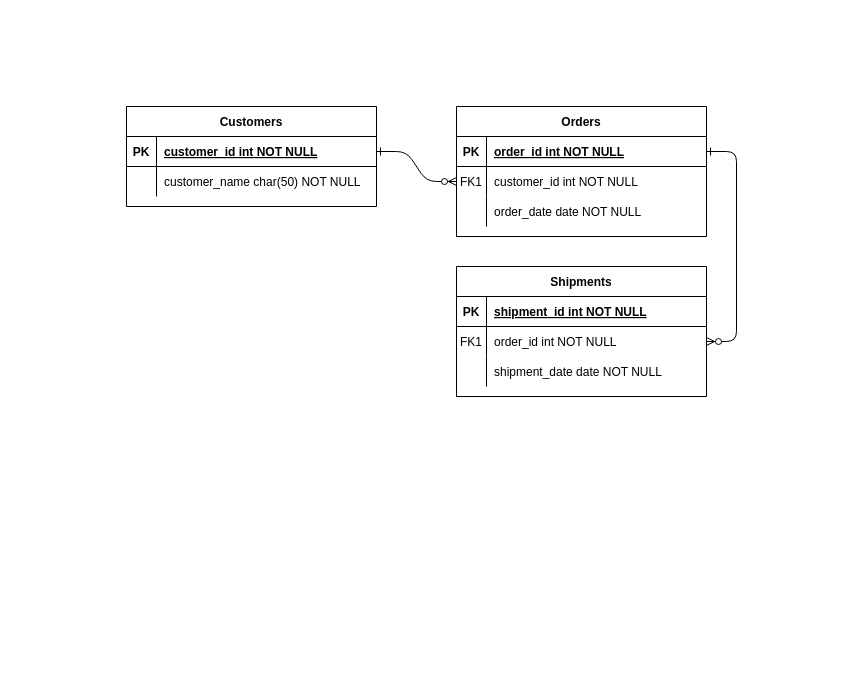
Earlier version of the draw.io diagram Untitled Diagram.drawio (nezucode/Worskpace). Source tidied: cells renumbered, new cells numbered last; positions are measured from the earlier drawing's top-left corner, leaving out a move shared by most shapes. Both pictures are drawn from the tidied source at 100%, with x=0, y=0 at pixel (126, 106).
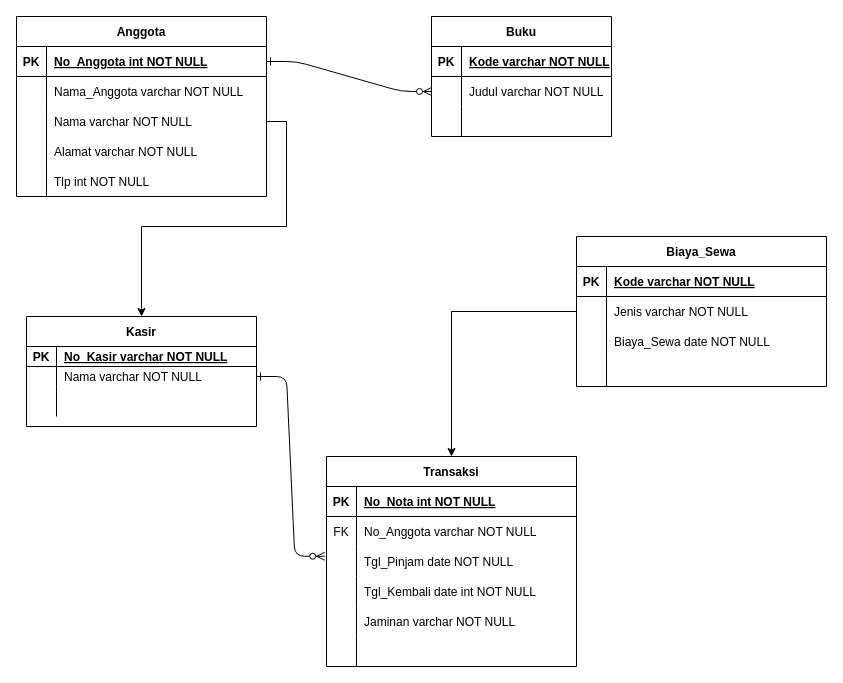
After the change.

Unchanged cells that the change refers to:
```xml
<mxCell id="25" style="shape=partialRectangle;fillColor=none;points=[[0,0.5],[1,0.5]];portConstraint=eastwest;top=0;left=0;right=0;bottom=1;" parent="24" vertex="1">
  <mxGeometry y="30" width="250" height="30" as="geometry" />
</mxCell>
<mxCell id="28" style="shape=partialRectangle;fillColor=none;top=0;left=0;right=0;bottom=0;" parent="24" vertex="1">
  <mxGeometry y="60" width="250" height="30" as="geometry" />
</mxCell>
```

What changed in the source:
```diff
@@
-    <mxCell id="3" style="edgeStyle=entityRelationEdgeStyle;endArrow=ERzeroToMany;startArrow=ERone;endFill=1;startFill=0;" parent="1" edge="1" source="5" target="18">
-      <mxGeometry relative="1" as="geometry" />
-    </mxCell>
-    <mxCell id="4" value="Orders" style="shape=table;startSize=30;childLayout=tableLayout;rowLines=0;fontStyle=1;align=center;" parent="1" vertex="1">
-      <mxGeometry x="330" width="250" height="130" as="geometry" />
+    <mxCell id="4" value="Buku" style="shape=table;startSize=30;childLayout=tableLayout;rowLines=0;fontStyle=1;align=center;" parent="1" vertex="1">
+      <mxGeometry x="305" y="-90" width="180" height="120" as="geometry" />
     </mxCell>
     <mxCell id="5" style="shape=partialRectangle;fillColor=none;points=[[0,0.5],[1,0.5]];portConstraint=eastwest;top=0;left=0;right=0;bottom=1;" parent="4" vertex="1">
-      <mxGeometry y="30" width="250" height="30" as="geometry" />
+      <mxGeometry y="30" width="180" height="30" as="geometry" />
     </mxCell>
@@
-    <mxCell id="7" value="order_id int NOT NULL " style="shape=partialRectangle;overflow=hidden;fillColor=none;top=0;left=0;bottom=0;right=0;align=left;spacingLeft=6;fontStyle=5;" parent="5" vertex="1">
-      <mxGeometry x="30" width="220" height="30" as="geometry" />
+    <mxCell id="7" value="Kode varchar NOT NULL" style="shape=partialRectangle;overflow=hidden;fillColor=none;top=0;left=0;bottom=0;right=0;align=left;spacingLeft=6;fontStyle=5;" parent="5" vertex="1">
+      <mxGeometry x="30" width="150" height="30" as="geometry" />
     </mxCell>
     <mxCell id="8" style="shape=partialRectangle;fillColor=none;points=[[0,0.5],[1,0.5]];portConstraint=eastwest;top=0;left=0;right=0;bottom=0;" parent="4" vertex="1">
-      <mxGeometry y="60" width="250" height="30" as="geometry" />
+      <mxGeometry y="60" width="180" height="30" as="geometry" />
     </mxCell>
-    <mxCell id="9" value="FK1" style="shape=partialRectangle;overflow=hidden;fillColor=none;top=0;left=0;bottom=0;right=0;" parent="8" vertex="1">
+    <mxCell id="9" style="shape=partialRectangle;overflow=hidden;fillColor=none;top=0;left=0;bottom=0;right=0;" parent="8" vertex="1">
       <mxGeometry width="30" height="30" as="geometry" />
     </mxCell>
-    <mxCell id="10" value="customer_id int NOT NULL" style="shape=partialRectangle;overflow=hidden;fillColor=none;top=0;left=0;bottom=0;right=0;align=left;spacingLeft=6;" parent="8" vertex="1">
-      <mxGeometry x="30" width="220" height="30" as="geometry" />
+    <mxCell id="10" value="Judul varchar NOT NULL" style="shape=partialRectangle;overflow=hidden;fillColor=none;top=0;left=0;bottom=0;right=0;align=left;spacingLeft=6;" parent="8" vertex="1">
+      <mxGeometry x="30" width="150" height="30" as="geometry" />
     </mxCell>
     <mxCell id="11" style="shape=partialRectangle;fillColor=none;top=0;left=0;right=0;bottom=0;" parent="4" vertex="1">
-      <mxGeometry y="90" width="250" height="30" as="geometry" />
+      <mxGeometry y="90" width="180" height="30" as="geometry" />
     </mxCell>
@@
-    <mxCell id="13" value="order_date date NOT NULL" style="shape=partialRectangle;overflow=hidden;fillColor=none;top=0;left=0;bottom=0;right=0;align=left;spacingLeft=6;" parent="11" vertex="1">
-      <mxGeometry x="30" width="220" height="30" as="geometry" />
+    <mxCell id="13" style="shape=partialRectangle;overflow=hidden;fillColor=none;top=0;left=0;bottom=0;right=0;align=left;spacingLeft=6;" parent="11" vertex="1">
+      <mxGeometry x="30" width="150" height="30" as="geometry" />
     </mxCell>
-    <mxCell id="14" value="Shipments" style="shape=table;startSize=30;childLayout=tableLayout;rowLines=0;fontStyle=1;align=center;" parent="1" vertex="1">
-      <mxGeometry x="330" y="160" width="250" height="130" as="geometry" />
+    <mxCell id="14" value="Kasir" style="shape=table;startSize=30;childLayout=tableLayout;rowLines=0;fontStyle=1;align=center;" parent="1" vertex="1">
+      <mxGeometry x="-100" y="210" width="230" height="110" as="geometry" />
     </mxCell>
     <mxCell id="15" style="shape=partialRectangle;fillColor=none;top=0;left=0;right=0;bottom=1;" parent="14" vertex="1">
-      <mxGeometry y="30" width="250" height="30" as="geometry" />
+      <mxGeometry y="30" width="230" height="20" as="geometry" />
     </mxCell>
     <mxCell id="16" value="PK" style="shape=partialRectangle;overflow=hidden;fillColor=none;top=0;left=0;bottom=0;right=0;fontStyle=1;" parent="15" vertex="1">
-      <mxGeometry width="30" height="30" as="geometry" />
+      <mxGeometry width="30" height="20" as="geometry" />
     </mxCell>
-    <mxCell id="17" value="shipment_id int NOT NULL " style="shape=partialRectangle;overflow=hidden;fillColor=none;top=0;left=0;bottom=0;right=0;align=left;spacingLeft=6;fontStyle=5;" parent="15" vertex="1">
-      <mxGeometry x="30" width="220" height="30" as="geometry" />
+    <mxCell id="17" value="No_Kasir varchar NOT NULL" style="shape=partialRectangle;overflow=hidden;fillColor=none;top=0;left=0;bottom=0;right=0;align=left;spacingLeft=6;fontStyle=5;" parent="15" vertex="1">
+      <mxGeometry x="30" width="200" height="20" as="geometry" />
     </mxCell>
     <mxCell id="18" style="shape=partialRectangle;fillColor=none;points=[[0,0.5],[1,0.5]];portConstraint=eastwest;top=0;left=0;right=0;bottom=0;" parent="14" vertex="1">
-      <mxGeometry y="60" width="250" height="30" as="geometry" />
+      <mxGeometry y="50" width="230" height="20" as="geometry" />
     </mxCell>
-    <mxCell id="19" value="FK1" style="shape=partialRectangle;overflow=hidden;fillColor=none;top=0;left=0;bottom=0;right=0;" parent="18" vertex="1">
-      <mxGeometry width="30" height="30" as="geometry" />
+    <mxCell id="19" style="shape=partialRectangle;overflow=hidden;fillColor=none;top=0;left=0;bottom=0;right=0;" parent="18" vertex="1">
+      <mxGeometry width="30" height="20" as="geometry" />
     </mxCell>
-    <mxCell id="20" value="order_id int NOT NULL" style="shape=partialRectangle;overflow=hidden;fillColor=none;top=0;left=0;bottom=0;right=0;align=left;spacingLeft=6;" parent="18" vertex="1">
-      <mxGeometry x="30" width="220" height="30" as="geometry" />
+    <mxCell id="20" value="Nama varchar NOT NULL" style="shape=partialRectangle;overflow=hidden;fillColor=none;top=0;left=0;bottom=0;right=0;align=left;spacingLeft=6;" parent="18" vertex="1">
+      <mxGeometry x="30" width="200" height="20" as="geometry" />
     </mxCell>
     <mxCell id="21" style="shape=partialRectangle;fillColor=none;top=0;left=0;right=0;bottom=0;" parent="14" vertex="1">
-      <mxGeometry y="90" width="250" height="30" as="geometry" />
+      <mxGeometry y="70" width="230" height="30" as="geometry" />
     </mxCell>
@@
-    <mxCell id="23" value="shipment_date date NOT NULL" style="shape=partialRectangle;overflow=hidden;fillColor=none;top=0;left=0;bottom=0;right=0;align=left;spacingLeft=6;" parent="21" vertex="1">
-      <mxGeometry x="30" width="220" height="30" as="geometry" />
+    <mxCell id="23" style="shape=partialRectangle;overflow=hidden;fillColor=none;top=0;left=0;bottom=0;right=0;align=left;spacingLeft=6;" parent="21" vertex="1">
+      <mxGeometry x="30" width="200" height="30" as="geometry" />
     </mxCell>
-    <mxCell id="24" value="Customers" style="shape=table;startSize=30;childLayout=tableLayout;rowLines=0;fontStyle=1;align=center;" parent="1" vertex="1">
-      <mxGeometry width="250" height="100" as="geometry" />
+    <mxCell id="24" value="Anggota" style="shape=table;startSize=30;childLayout=tableLayout;rowLines=0;fontStyle=1;align=center;" parent="1" vertex="1">
+      <mxGeometry x="-110" y="-90" width="250" height="180" as="geometry" />
     </mxCell>
@@
-    <mxCell id="27" value="customer_id int NOT NULL " style="shape=partialRectangle;overflow=hidden;fillColor=none;top=0;left=0;bottom=0;right=0;align=left;spacingLeft=6;fontStyle=5;" parent="25" vertex="1">
+    <mxCell id="27" value="No_Anggota int NOT NULL" style="shape=partialRectangle;overflow=hidden;fillColor=none;top=0;left=0;bottom=0;right=0;align=left;spacingLeft=6;fontStyle=5;" parent="25" vertex="1">
       <mxGeometry x="30" width="220" height="30" as="geometry" />
     </mxCell>
@@
-    <mxCell id="30" value="customer_name char(50) NOT NULL" style="shape=partialRectangle;overflow=hidden;fillColor=none;top=0;left=0;bottom=0;right=0;align=left;spacingLeft=6;" parent="28" vertex="1">
+    <mxCell id="30" value="Nama_Anggota varchar NOT NULL" style="shape=partialRectangle;overflow=hidden;fillColor=none;top=0;left=0;bottom=0;right=0;align=left;spacingLeft=6;" parent="28" vertex="1">
       <mxGeometry x="30" width="220" height="30" as="geometry" />
     </mxCell>
+    <mxCell id="31" style="shape=partialRectangle;fillColor=none;points=[[0,0.5],[1,0.5]];portConstraint=eastwest;top=0;left=0;right=0;bottom=0;" parent="24" vertex="1">
+      <mxGeometry y="90" width="250" height="30" as="geometry" />
+    </mxCell>
+    <mxCell id="32" style="shape=partialRectangle;overflow=hidden;fillColor=none;top=0;left=0;bottom=0;right=0;" parent="31" vertex="1">
+      <mxGeometry width="30" height="30" as="geometry" />
+    </mxCell>
+    <mxCell id="33" value="Nama varchar NOT NULL" style="shape=partialRectangle;overflow=hidden;fillColor=none;top=0;left=0;bottom=0;right=0;align=left;spacingLeft=6;" parent="31" vertex="1">
+      <mxGeometry x="30" width="220" height="30" as="geometry" />
+    </mxCell>
+    <mxCell id="34" style="shape=partialRectangle;fillColor=none;top=0;left=0;right=0;bottom=0;" parent="24" vertex="1">
+      <mxGeometry y="120" width="250" height="30" as="geometry" />
+    </mxCell>
+    <mxCell id="35" style="shape=partialRectangle;overflow=hidden;fillColor=none;top=0;left=0;bottom=0;right=0;" parent="34" vertex="1">
+      <mxGeometry width="30" height="30" as="geometry" />
+    </mxCell>
+    <mxCell id="36" value="Alamat varchar NOT NULL" style="shape=partialRectangle;overflow=hidden;fillColor=none;top=0;left=0;bottom=0;right=0;align=left;spacingLeft=6;" parent="34" vertex="1">
+      <mxGeometry x="30" width="220" height="30" as="geometry" />
+    </mxCell>
+    <mxCell id="37" style="shape=partialRectangle;fillColor=none;top=0;left=0;right=0;bottom=0;" parent="24" vertex="1">
+      <mxGeometry y="150" width="250" height="30" as="geometry" />
+    </mxCell>
+    <mxCell id="38" style="shape=partialRectangle;overflow=hidden;fillColor=none;top=0;left=0;bottom=0;right=0;" parent="37" vertex="1">
+      <mxGeometry width="30" height="30" as="geometry" />
+    </mxCell>
+    <mxCell id="39" value="Tlp int NOT NULL" style="shape=partialRectangle;overflow=hidden;fillColor=none;top=0;left=0;bottom=0;right=0;align=left;spacingLeft=6;" parent="37" vertex="1">
+      <mxGeometry x="30" width="220" height="30" as="geometry" />
+    </mxCell>
+    <mxCell id="40" value="Biaya_Sewa" style="shape=table;startSize=30;childLayout=tableLayout;rowLines=0;fontStyle=1;align=center;" parent="1" vertex="1">
+      <mxGeometry x="450" y="130" width="250" height="150" as="geometry" />
+    </mxCell>
+    <mxCell id="41" style="shape=partialRectangle;fillColor=none;top=0;left=0;right=0;bottom=1;" parent="40" vertex="1">
+      <mxGeometry y="30" width="250" height="30" as="geometry" />
+    </mxCell>
+    <mxCell id="42" value="PK" style="shape=partialRectangle;overflow=hidden;fillColor=none;top=0;left=0;bottom=0;right=0;fontStyle=1;" parent="41" vertex="1">
+      <mxGeometry width="30" height="30" as="geometry" />
+    </mxCell>
+    <mxCell id="43" value="Kode varchar NOT NULL" style="shape=partialRectangle;overflow=hidden;fillColor=none;top=0;left=0;bottom=0;right=0;align=left;spacingLeft=6;fontStyle=5;" parent="41" vertex="1">
+      <mxGeometry x="30" width="220" height="30" as="geometry" />
+    </mxCell>
+    <mxCell id="44" style="shape=partialRectangle;fillColor=none;points=[[0,0.5],[1,0.5]];portConstraint=eastwest;top=0;left=0;right=0;bottom=0;" parent="40" vertex="1">
+      <mxGeometry y="60" width="250" height="30" as="geometry" />
+    </mxCell>
+    <mxCell id="45" style="shape=partialRectangle;overflow=hidden;fillColor=none;top=0;left=0;bottom=0;right=0;" parent="44" vertex="1">
+      <mxGeometry width="30" height="30" as="geometry" />
+    </mxCell>
+    <mxCell id="46" value="Jenis varchar NOT NULL" style="shape=partialRectangle;overflow=hidden;fillColor=none;top=0;left=0;bottom=0;right=0;align=left;spacingLeft=6;" parent="44" vertex="1">
+      <mxGeometry x="30" width="220" height="30" as="geometry" />
+    </mxCell>
+    <mxCell id="47" style="shape=partialRectangle;fillColor=none;top=0;left=0;right=0;bottom=0;" parent="40" vertex="1">
+      <mxGeometry y="90" width="250" height="30" as="geometry" />
+    </mxCell>
+    <mxCell id="48" style="shape=partialRectangle;overflow=hidden;fillColor=none;top=0;left=0;bottom=0;right=0;" parent="47" vertex="1">
+      <mxGeometry width="30" height="30" as="geometry" />
+    </mxCell>
+    <mxCell id="49" value="Biaya_Sewa date NOT NULL" style="shape=partialRectangle;overflow=hidden;fillColor=none;top=0;left=0;bottom=0;right=0;align=left;spacingLeft=6;" parent="47" vertex="1">
+      <mxGeometry x="30" width="220" height="30" as="geometry" />
+    </mxCell>
+    <mxCell id="50" style="shape=partialRectangle;fillColor=none;top=0;left=0;right=0;bottom=0;" parent="40" vertex="1">
+      <mxGeometry y="120" width="250" height="30" as="geometry" />
+    </mxCell>
+    <mxCell id="51" style="shape=partialRectangle;overflow=hidden;fillColor=none;top=0;left=0;bottom=0;right=0;" parent="50" vertex="1">
+      <mxGeometry width="30" height="30" as="geometry" />
+    </mxCell>
+    <mxCell id="52" style="shape=partialRectangle;overflow=hidden;fillColor=none;top=0;left=0;bottom=0;right=0;align=left;spacingLeft=6;" parent="50" vertex="1">
+      <mxGeometry x="30" width="220" height="30" as="geometry" />
+    </mxCell>
+    <mxCell id="53" value="Transaksi" style="shape=table;startSize=30;childLayout=tableLayout;rowLines=0;fontStyle=1;align=center;" parent="1" vertex="1">
+      <mxGeometry x="200" y="350" width="250" height="210" as="geometry" />
+    </mxCell>
+    <mxCell id="54" style="shape=partialRectangle;fillColor=none;top=0;left=0;right=0;bottom=1;" parent="53" vertex="1">
+      <mxGeometry y="30" width="250" height="30" as="geometry" />
+    </mxCell>
+    <mxCell id="55" value="PK" style="shape=partialRectangle;overflow=hidden;fillColor=none;top=0;left=0;bottom=0;right=0;fontStyle=1;" parent="54" vertex="1">
+      <mxGeometry width="30" height="30" as="geometry" />
+    </mxCell>
+    <mxCell id="56" value="No_Nota int NOT NULL" style="shape=partialRectangle;overflow=hidden;fillColor=none;top=0;left=0;bottom=0;right=0;align=left;spacingLeft=6;fontStyle=5;" parent="54" vertex="1">
+      <mxGeometry x="30" width="220" height="30" as="geometry" />
+    </mxCell>
+    <mxCell id="57" style="shape=partialRectangle;fillColor=none;top=0;left=0;right=0;bottom=0;" parent="53" vertex="1">
+      <mxGeometry y="60" width="250" height="30" as="geometry" />
+    </mxCell>
+    <mxCell id="58" value="FK" style="shape=partialRectangle;overflow=hidden;fillColor=none;top=0;left=0;bottom=0;right=0;" parent="57" vertex="1">
+      <mxGeometry width="30" height="30" as="geometry" />
+    </mxCell>
+    <mxCell id="59" value="No_Anggota varchar NOT NULL" style="shape=partialRectangle;overflow=hidden;fillColor=none;top=0;left=0;bottom=0;right=0;align=left;spacingLeft=6;" parent="57" vertex="1">
+      <mxGeometry x="30" width="220" height="30" as="geometry" />
+    </mxCell>
+    <mxCell id="60" style="shape=partialRectangle;fillColor=none;points=[[0,0.5],[1,0.5]];portConstraint=eastwest;top=0;left=0;right=0;bottom=0;" parent="53" vertex="1">
+      <mxGeometry y="90" width="250" height="30" as="geometry" />
+    </mxCell>
+    <mxCell id="61" style="shape=partialRectangle;overflow=hidden;fillColor=none;top=0;left=0;bottom=0;right=0;" parent="60" vertex="1">
+      <mxGeometry width="30" height="30" as="geometry" />
+    </mxCell>
+    <mxCell id="62" value="Tgl_Pinjam date NOT NULL" style="shape=partialRectangle;overflow=hidden;fillColor=none;top=0;left=0;bottom=0;right=0;align=left;spacingLeft=6;" parent="60" vertex="1">
+      <mxGeometry x="30" width="220" height="30" as="geometry" />
+    </mxCell>
+    <mxCell id="63" style="shape=partialRectangle;fillColor=none;top=0;left=0;right=0;bottom=0;" parent="53" vertex="1">
+      <mxGeometry y="120" width="250" height="30" as="geometry" />
+    </mxCell>
+    <mxCell id="64" style="shape=partialRectangle;overflow=hidden;fillColor=none;top=0;left=0;bottom=0;right=0;" parent="63" vertex="1">
+      <mxGeometry width="30" height="30" as="geometry" />
+    </mxCell>
+    <mxCell id="65" value="Tgl_Kembali date int NOT NULL" style="shape=partialRectangle;overflow=hidden;fillColor=none;top=0;left=0;bottom=0;right=0;align=left;spacingLeft=6;" parent="63" vertex="1">
+      <mxGeometry x="30" width="220" height="30" as="geometry" />
+    </mxCell>
+    <mxCell id="66" style="shape=partialRectangle;fillColor=none;top=0;left=0;right=0;bottom=0;" parent="53" vertex="1">
+      <mxGeometry y="150" width="250" height="30" as="geometry" />
+    </mxCell>
+    <mxCell id="67" style="shape=partialRectangle;overflow=hidden;fillColor=none;top=0;left=0;bottom=0;right=0;" parent="66" vertex="1">
+      <mxGeometry width="30" height="30" as="geometry" />
+    </mxCell>
+    <mxCell id="68" value="Jaminan varchar NOT NULL" style="shape=partialRectangle;overflow=hidden;fillColor=none;top=0;left=0;bottom=0;right=0;align=left;spacingLeft=6;" parent="66" vertex="1">
+      <mxGeometry x="30" width="220" height="30" as="geometry" />
+    </mxCell>
+    <mxCell id="69" style="shape=partialRectangle;fillColor=none;top=0;left=0;right=0;bottom=0;" parent="53" vertex="1">
+      <mxGeometry y="180" width="250" height="30" as="geometry" />
+    </mxCell>
+    <mxCell id="70" style="shape=partialRectangle;overflow=hidden;fillColor=none;top=0;left=0;bottom=0;right=0;" parent="69" vertex="1">
+      <mxGeometry width="30" height="30" as="geometry" />
+    </mxCell>
+    <mxCell id="71" style="shape=partialRectangle;overflow=hidden;fillColor=none;top=0;left=0;bottom=0;right=0;align=left;spacingLeft=6;" parent="69" vertex="1">
+      <mxGeometry x="30" width="220" height="30" as="geometry" />
+    </mxCell>
+    <mxCell id="72" style="edgeStyle=orthogonalEdgeStyle;rounded=0;jettySize=auto;html=1;exitX=1;exitY=0.5;exitDx=0;exitDy=0;entryX=0.5;entryY=0;entryDx=0;entryDy=0;" parent="1" edge="1" source="31" target="14">
+      <mxGeometry relative="1" as="geometry" />
+    </mxCell>
+    <mxCell id="73" style="edgeStyle=orthogonalEdgeStyle;rounded=0;jettySize=auto;html=1;exitX=0;exitY=0.5;exitDx=0;exitDy=0;" parent="1" edge="1" source="44" target="53">
+      <mxGeometry relative="1" as="geometry" />
+    </mxCell>
+    <mxCell id="74" style="edgeStyle=entityRelationEdgeStyle;endArrow=ERzeroToMany;startArrow=ERone;endFill=1;startFill=0;entryX=-0.007;entryY=0.325;entryDx=0;entryDy=0;entryPerimeter=0;" parent="1" edge="1" target="60">
+      <mxGeometry relative="1" as="geometry">
+        <mxPoint x="130" y="270" as="sourcePoint" />
+      </mxGeometry>
+    </mxCell>
```
